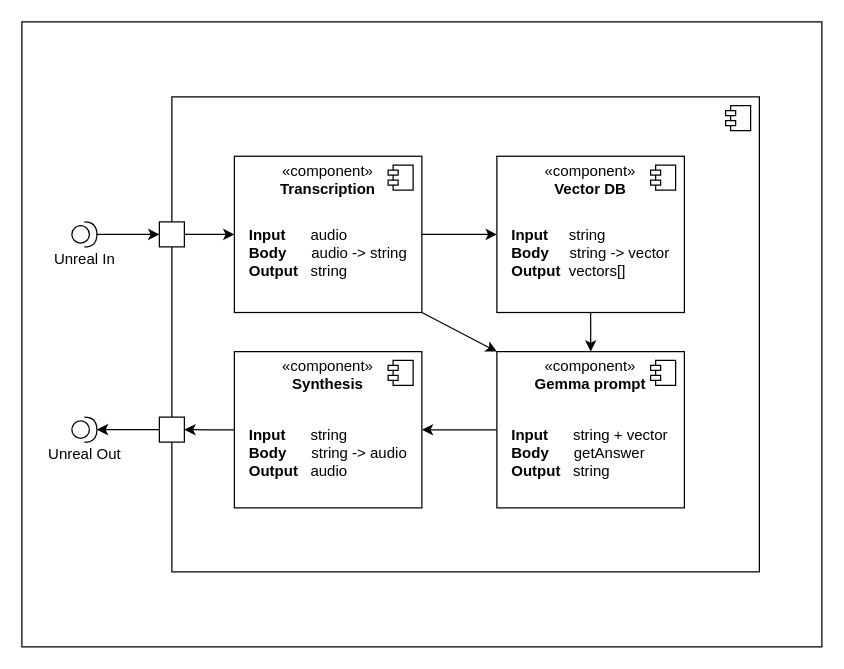
Above: TP.drawio in Jammz-kekw/MIP_clanok_AI_in_3D_welding (draw.io), before the change. Source tidied: cells renumbered, new cells numbered last; positions are measured from the earlier drawing's top-left corner, leaving out a move shared by most shapes. Both pictures are drawn from the tidied source at 125%, with x=0, y=0 at pixel (21, 21).
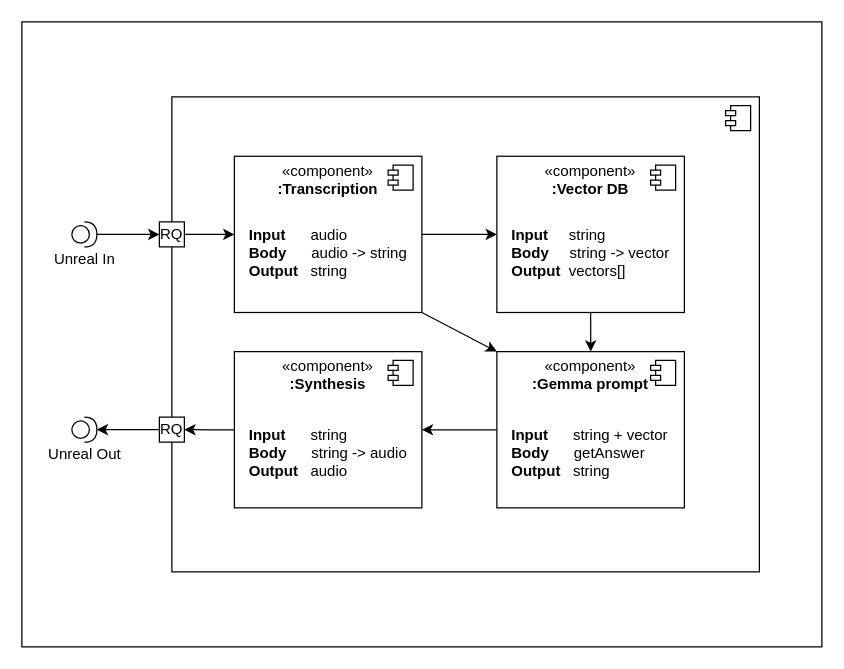
The same diagram, later.

The edit, as a diff of the source:
```diff
@@
-    <mxCell id="8" style="whiteSpace=wrap;html=1;" parent="1" vertex="1">
+    <mxCell id="8" value="RQ" style="whiteSpace=wrap;html=1;" parent="1" vertex="1">
       <mxGeometry x="110" y="160" width="20" height="20" as="geometry" />
     </mxCell>
@@
-    <mxCell id="10" value="«component»&lt;br&gt;&lt;b&gt;Transcription&lt;/b&gt;&lt;br&gt;&lt;br&gt;&lt;br&gt;&lt;div&gt;&lt;br&gt;&lt;/div&gt;&lt;div&gt;&lt;br&gt;&lt;/div&gt;&lt;div&gt;&lt;br&gt;&lt;/div&gt;&lt;div&gt;&lt;br&gt;&lt;/div&gt;" style="html=1;whiteSpace=wrap;" parent="1" vertex="1">
+    <mxCell id="10" value="«component»&lt;br&gt;&lt;b&gt;:Transcription&lt;/b&gt;&lt;br&gt;&lt;br&gt;&lt;br&gt;&lt;div&gt;&lt;br&gt;&lt;/div&gt;&lt;div&gt;&lt;br&gt;&lt;/div&gt;&lt;div&gt;&lt;br&gt;&lt;/div&gt;&lt;div&gt;&lt;br&gt;&lt;/div&gt;" style="html=1;whiteSpace=wrap;" parent="1" vertex="1">
       <mxGeometry x="170" y="107.5" width="150" height="125" as="geometry" />
     </mxCell>
@@
-    <mxCell id="13" style="whiteSpace=wrap;html=1;" parent="1" vertex="1">
+    <mxCell id="13" value="RQ" style="whiteSpace=wrap;html=1;" parent="1" vertex="1">
       <mxGeometry x="110" y="316.2" width="20" height="20" as="geometry" />
     </mxCell>
@@
-    <mxCell id="16" value="«component»&lt;br&gt;&lt;b&gt;Synthesis&lt;/b&gt;&lt;div&gt;&lt;b&gt;&lt;br&gt;&lt;/b&gt;&lt;/div&gt;&lt;div&gt;&lt;b&gt;&lt;br&gt;&lt;/b&gt;&lt;/div&gt;&lt;div&gt;&lt;b&gt;&lt;br&gt;&lt;/b&gt;&lt;/div&gt;&lt;div&gt;&lt;b&gt;&lt;br&gt;&lt;/b&gt;&lt;/div&gt;&lt;div&gt;&lt;b&gt;&lt;br&gt;&lt;/b&gt;&lt;/div&gt;&lt;div&gt;&lt;br&gt;&lt;/div&gt;" style="html=1;whiteSpace=wrap;" parent="1" vertex="1">
+    <mxCell id="16" value="«component»&lt;br&gt;&lt;b&gt;:Synthesis&lt;/b&gt;&lt;div&gt;&lt;b&gt;&lt;br&gt;&lt;/b&gt;&lt;/div&gt;&lt;div&gt;&lt;b&gt;&lt;br&gt;&lt;/b&gt;&lt;/div&gt;&lt;div&gt;&lt;b&gt;&lt;br&gt;&lt;/b&gt;&lt;/div&gt;&lt;div&gt;&lt;b&gt;&lt;br&gt;&lt;/b&gt;&lt;/div&gt;&lt;div&gt;&lt;b&gt;&lt;br&gt;&lt;/b&gt;&lt;/div&gt;&lt;div&gt;&lt;br&gt;&lt;/div&gt;" style="html=1;whiteSpace=wrap;" parent="1" vertex="1">
       <mxGeometry x="170" y="263.8" width="150" height="125" as="geometry" />
     </mxCell>
@@
-    <mxCell id="19" value="«component»&lt;br&gt;&lt;b&gt;Gemma prompt&lt;/b&gt;&lt;div&gt;&lt;b&gt;&lt;br&gt;&lt;/b&gt;&lt;/div&gt;&lt;div&gt;&lt;b&gt;&lt;br&gt;&lt;/b&gt;&lt;/div&gt;&lt;div&gt;&lt;b&gt;&lt;br&gt;&lt;/b&gt;&lt;/div&gt;&lt;div&gt;&lt;b&gt;&lt;br&gt;&lt;/b&gt;&lt;/div&gt;&lt;div&gt;&lt;b&gt;&lt;br&gt;&lt;/b&gt;&lt;/div&gt;&lt;div&gt;&lt;b&gt;&lt;br&gt;&lt;/b&gt;&lt;/div&gt;" style="html=1;whiteSpace=wrap;" parent="1" vertex="1">
+    <mxCell id="19" value="«component»&lt;br&gt;&lt;b&gt;:Gemma prompt&lt;/b&gt;&lt;div&gt;&lt;b&gt;&lt;br&gt;&lt;/b&gt;&lt;/div&gt;&lt;div&gt;&lt;b&gt;&lt;br&gt;&lt;/b&gt;&lt;/div&gt;&lt;div&gt;&lt;b&gt;&lt;br&gt;&lt;/b&gt;&lt;/div&gt;&lt;div&gt;&lt;b&gt;&lt;br&gt;&lt;/b&gt;&lt;/div&gt;&lt;div&gt;&lt;b&gt;&lt;br&gt;&lt;/b&gt;&lt;/div&gt;&lt;div&gt;&lt;b&gt;&lt;br&gt;&lt;/b&gt;&lt;/div&gt;" style="html=1;whiteSpace=wrap;" parent="1" vertex="1">
       <mxGeometry x="380" y="263.8" width="150" height="125" as="geometry" />
     </mxCell>
@@
-    <mxCell id="21" value="«component»&lt;br&gt;&lt;b&gt;Vector DB&lt;/b&gt;&lt;br&gt;&lt;div&gt;&lt;b&gt;&lt;br&gt;&lt;/b&gt;&lt;/div&gt;&lt;div&gt;&lt;b&gt;&lt;br&gt;&lt;/b&gt;&lt;/div&gt;&lt;div&gt;&lt;b&gt;&lt;br&gt;&lt;/b&gt;&lt;/div&gt;&lt;div&gt;&lt;b&gt;&lt;br&gt;&lt;/b&gt;&lt;/div&gt;&lt;div&gt;&lt;b&gt;&lt;br&gt;&lt;/b&gt;&lt;/div&gt;&lt;div&gt;&lt;b&gt;&lt;br&gt;&lt;/b&gt;&lt;/div&gt;" style="html=1;whiteSpace=wrap;" parent="1" vertex="1">
+    <mxCell id="21" value="«component»&lt;br&gt;&lt;b&gt;:Vector DB&lt;/b&gt;&lt;br&gt;&lt;div&gt;&lt;b&gt;&lt;br&gt;&lt;/b&gt;&lt;/div&gt;&lt;div&gt;&lt;b&gt;&lt;br&gt;&lt;/b&gt;&lt;/div&gt;&lt;div&gt;&lt;b&gt;&lt;br&gt;&lt;/b&gt;&lt;/div&gt;&lt;div&gt;&lt;b&gt;&lt;br&gt;&lt;/b&gt;&lt;/div&gt;&lt;div&gt;&lt;b&gt;&lt;br&gt;&lt;/b&gt;&lt;/div&gt;&lt;div&gt;&lt;b&gt;&lt;br&gt;&lt;/b&gt;&lt;/div&gt;" style="html=1;whiteSpace=wrap;" parent="1" vertex="1">
       <mxGeometry x="380" y="107.5" width="150" height="125" as="geometry" />
     </mxCell>
```
